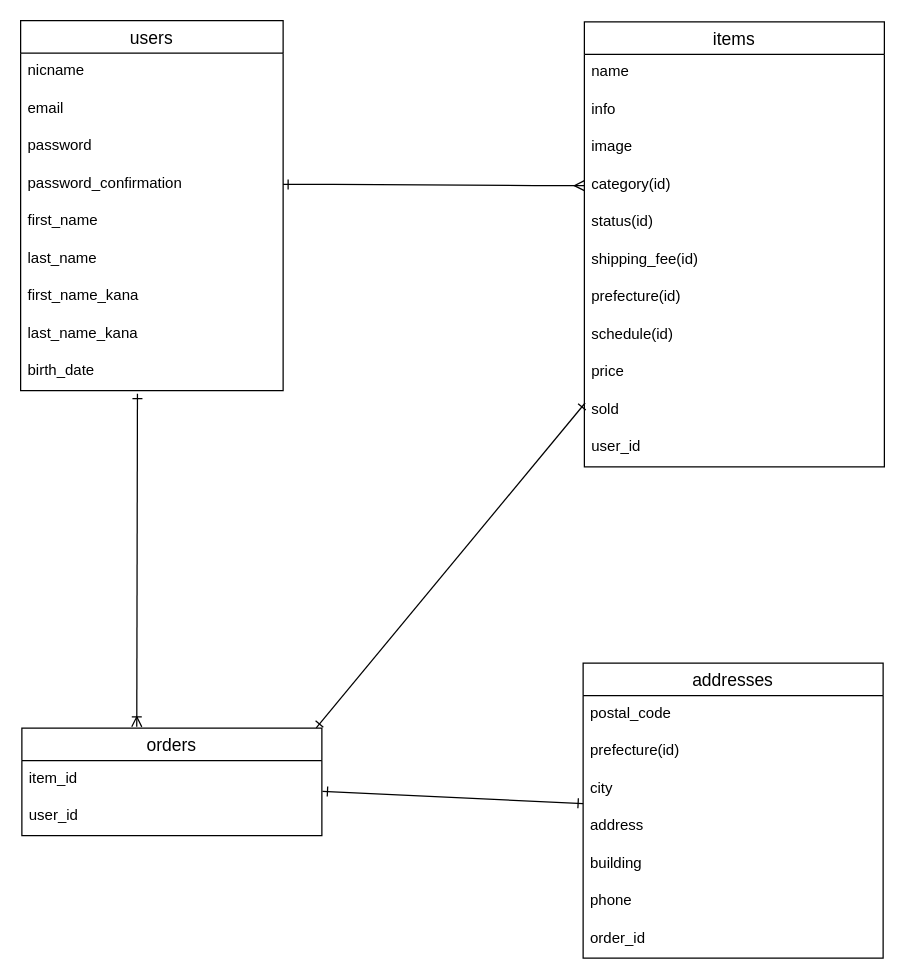
Before: furima-37740.dio in zuuumiii/furima-37740, a draw.io diagram. Source tidied: cells renumbered, new cells numbered last; positions are measured from the earlier drawing's top-left corner, leaving out a move shared by most shapes. Both pictures are drawn from the tidied source at 125%, with x=0, y=0 at pixel (20, 20).
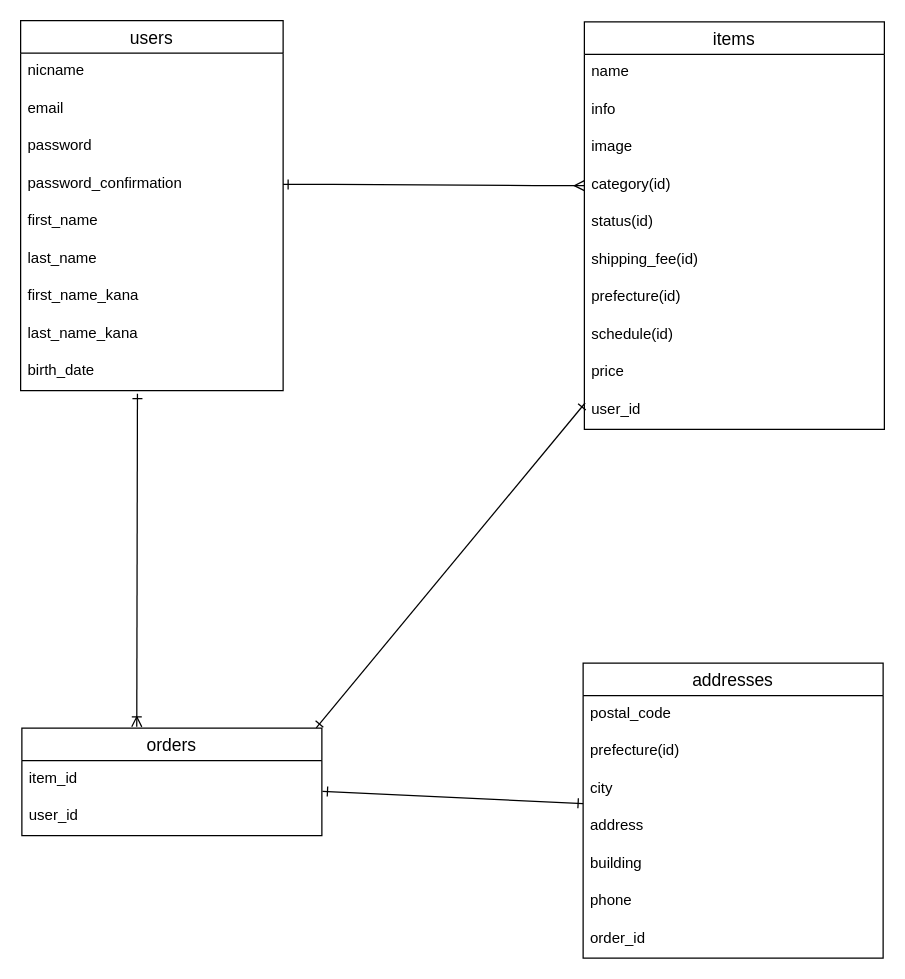
The same page after the edit.

Change to the diagram source:
```diff
@@
     <mxCell id="12" value="items" style="swimlane;fontStyle=0;horizontal=1;startSize=26;align=center;fontSize=14;" parent="1" vertex="1">
-      <mxGeometry x="451" y="1" width="240" height="356" as="geometry" />
+      <mxGeometry x="451" y="1" width="240" height="326" as="geometry" />
     </mxCell>
@@
-    <mxCell id="22" value="sold" style="text;strokeColor=none;fillColor=none;spacingLeft=4;spacingRight=4;overflow=hidden;fontSize=12;" parent="12" vertex="1">
-      <mxGeometry y="296" width="240" height="30" as="geometry" />
-    </mxCell>
     <mxCell id="23" value="user_id" style="text;strokeColor=none;fillColor=none;spacingLeft=4;spacingRight=4;overflow=hidden;fontSize=12;" parent="12" vertex="1">
-      <mxGeometry y="326" width="240" height="30" as="geometry" />
+      <mxGeometry y="296" width="240" height="30" as="geometry" />
     </mxCell>
```
